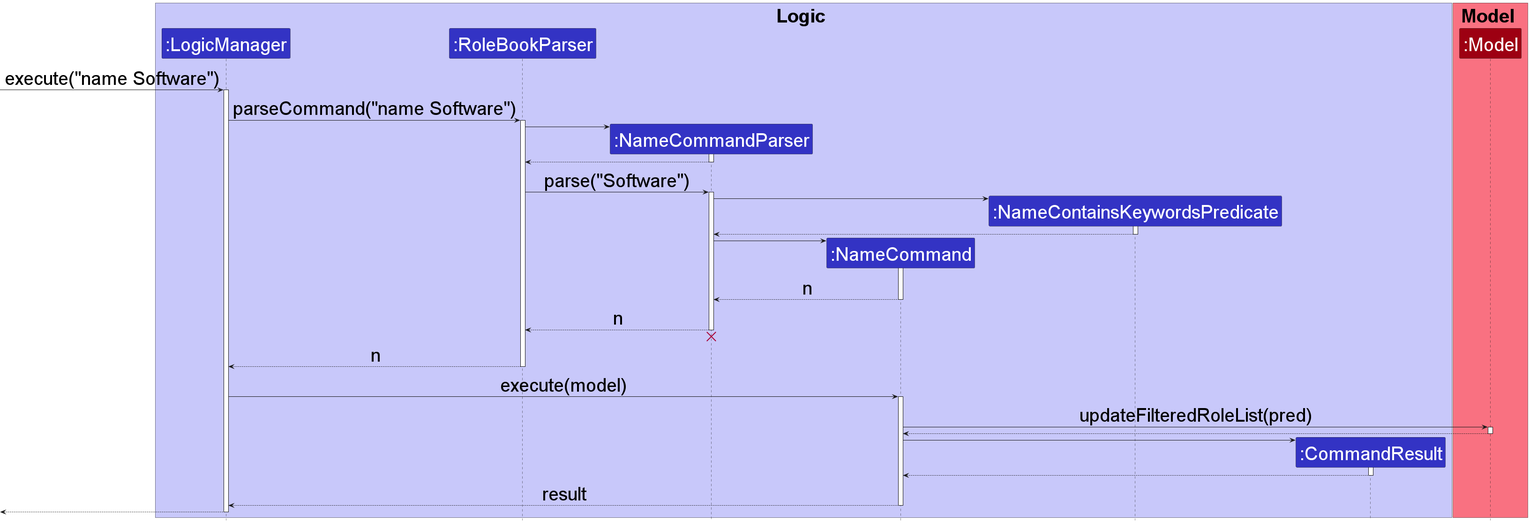
Earlier version of the PlantUML export docs/images/NameCommandSequenceDiagram.png (nus-cs2103-AY2223S2/tp). Source of this version:
```plantuml
@startuml
!include style.puml

skinparam defaultFontSize 40

box Logic LOGIC_COLOR_T1
participant ":LogicManager" as LogicManager LOGIC_COLOR
participant ":RoleBookParser" as RoleBookParser LOGIC_COLOR
participant ":NameCommandParser" as NameCommandParser LOGIC_COLOR
participant ":NameCommand" as NameCommand LOGIC_COLOR
participant ":NameContainsKeywordsPredicate" as NameContainsKeywordsPredicate LOGIC_COLOR
participant ":CommandResult" as CommandResult LOGIC_COLOR
end box


box Model MODEL_COLOR_T1
participant ":Model" as Model MODEL_COLOR
end box

[-> LogicManager : execute("name Software")
activate LogicManager

LogicManager -> RoleBookParser : parseCommand("name Software")
activate RoleBookParser

create NameCommandParser
RoleBookParser -> NameCommandParser
activate NameCommandParser

NameCommandParser --> RoleBookParser
deactivate NameCommandParser

RoleBookParser -> NameCommandParser : parse("Software")
activate NameCommandParser

create NameContainsKeywordsPredicate
NameCommandParser -> NameContainsKeywordsPredicate
activate NameContainsKeywordsPredicate

NameContainsKeywordsPredicate --> NameCommandParser
deactivate NameContainsKeywordsPredicate

create NameCommand
NameCommandParser -> NameCommand
activate NameCommand

NameCommand --> NameCommandParser : n
deactivate NameCommand

NameCommandParser --> RoleBookParser : n
deactivate NameCommandParser
NameCommandParser -[hidden]-> RoleBookParser
destroy NameCommandParser

RoleBookParser --> LogicManager : n
deactivate RoleBookParser


LogicManager -> NameCommand : execute(model)
activate NameCommand


NameCommand -> Model : updateFilteredRoleList(pred)
activate Model

Model --> NameCommand
deactivate Model

create CommandResult
NameCommand -> CommandResult
activate CommandResult

CommandResult --> NameCommand
deactivate CommandResult

NameCommand --> LogicManager : result
deactivate NameCommand

[<--LogicManager
deactivate LogicManager
@enduml
```
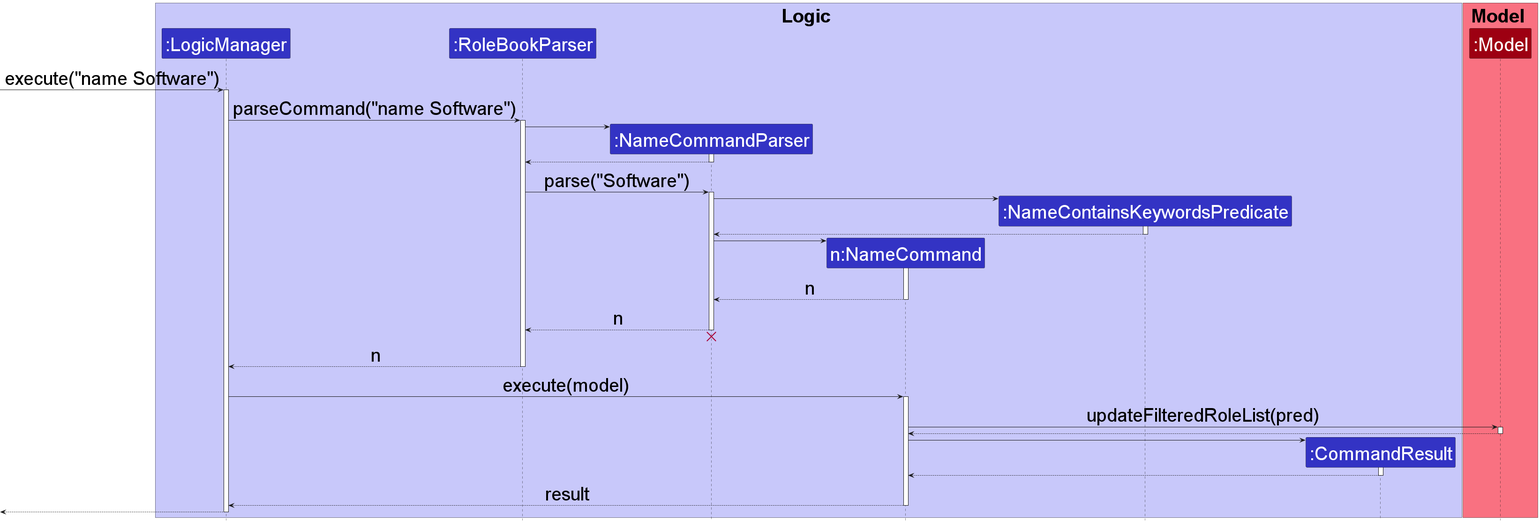
After the change.

Commit message:
Remove images not in use and fix sequence diagrams

Change to the diagram source:
```diff
@@ -7,7 +7,7 @@
 participant ":LogicManager" as LogicManager LOGIC_COLOR
 participant ":RoleBookParser" as RoleBookParser LOGIC_COLOR
 participant ":NameCommandParser" as NameCommandParser LOGIC_COLOR
-participant ":NameCommand" as NameCommand LOGIC_COLOR
+participant "n:NameCommand" as NameCommand LOGIC_COLOR
 participant ":NameContainsKeywordsPredicate" as NameContainsKeywordsPredicate LOGIC_COLOR
 participant ":CommandResult" as CommandResult LOGIC_COLOR
 end box
```
